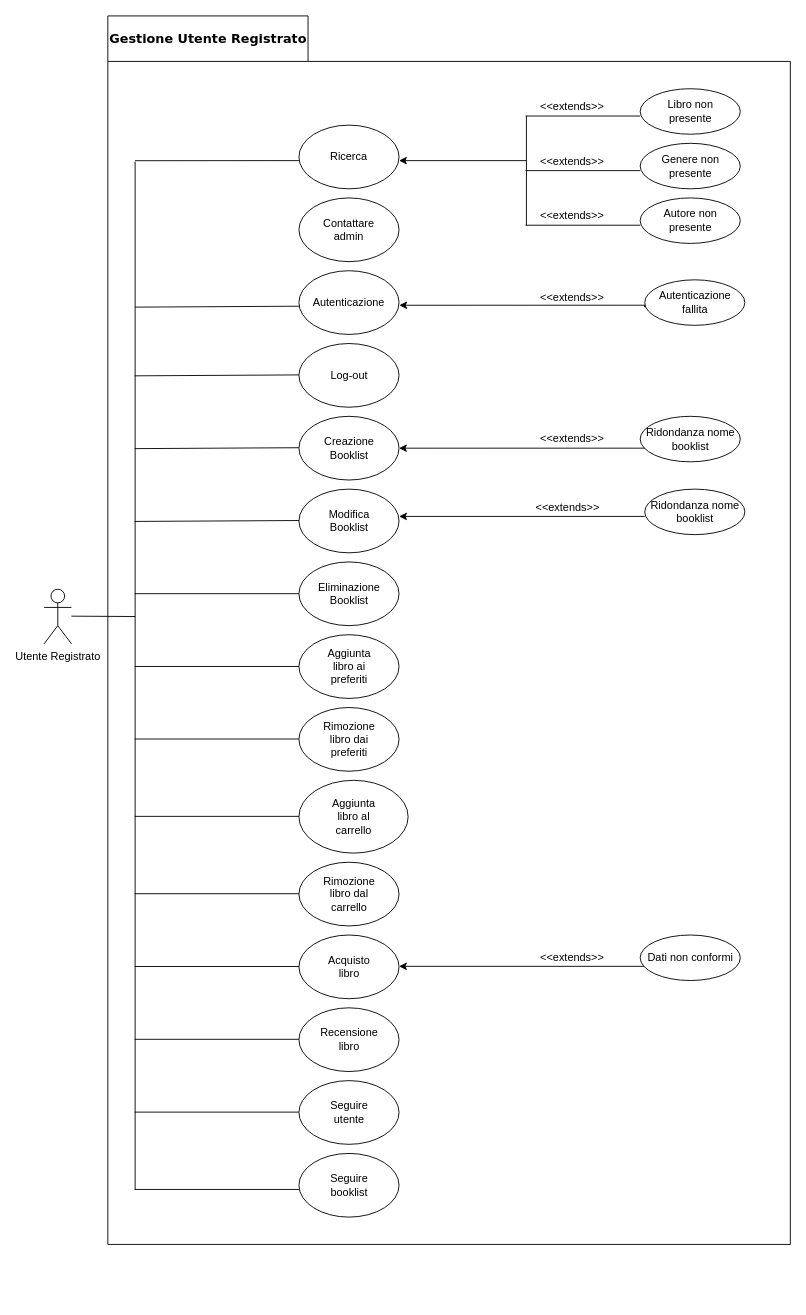
The draw.io diagram Documenti/RAD/modello_funzionale/package_utente_registrato.drawio in AleBarbados/NewSocialBookRepo, before the edit. Source tidied: cells renumbered, new cells numbered last; positions are measured from the earlier drawing's top-left corner, leaving out a move shared by most shapes. Both pictures are drawn from the tidied source at 91%, with x=0, y=0 at pixel (44, 15).
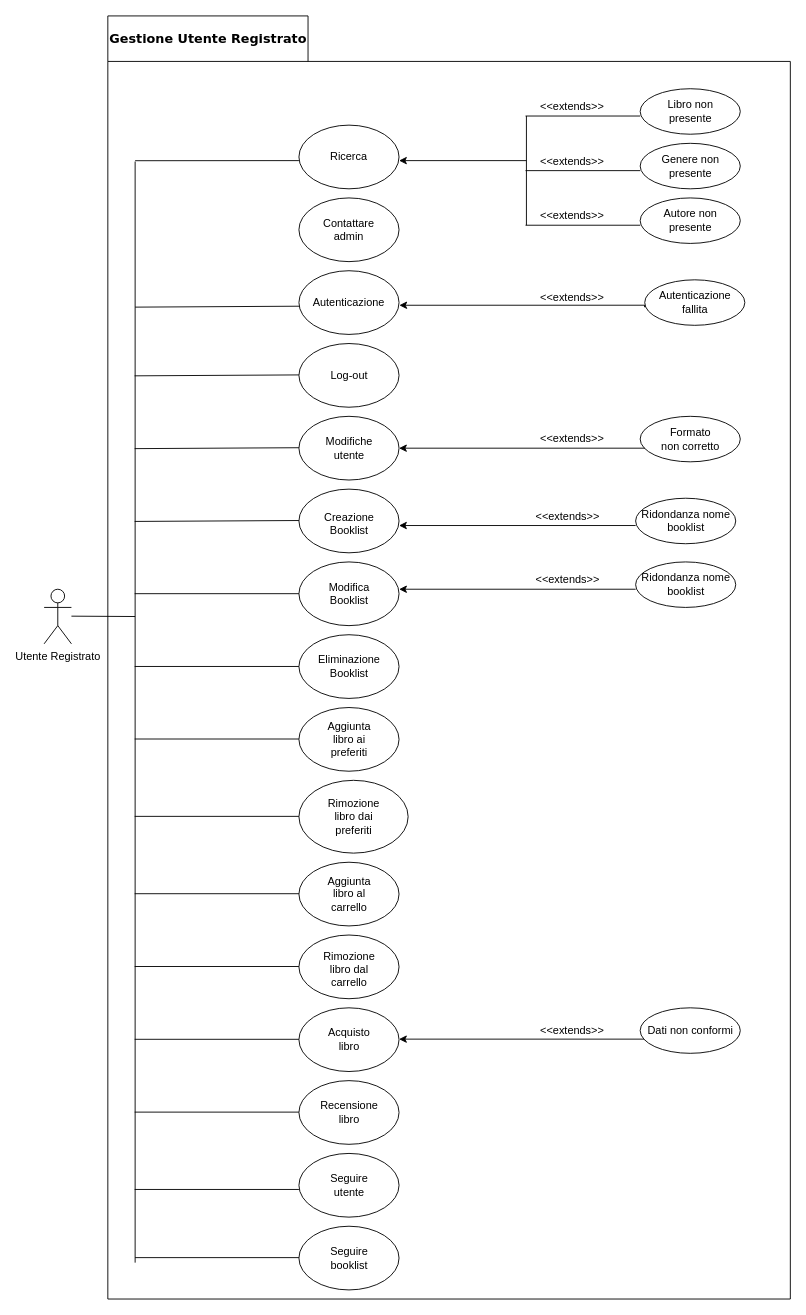
The same diagram, later.

Unchanged cells that the change refers to:
```xml
<mxCell id="6" style="group;" parent="1" vertex="1">
  <mxGeometry x="525" y="430" width="290" height="70" as="geometry" />
</mxCell>
<mxCell id="35" style="ellipse;whiteSpace=wrap;html=1;" parent="1" vertex="1">
  <mxGeometry x="280" y="440" width="110" height="70" as="geometry" />
</mxCell>
```

What changed in the source:
```diff
@@
     <mxCell id="2" style="shape=folder;fontStyle=1;spacingTop=10;tabWidth=220;tabHeight=50;tabPosition=left;html=1;" parent="1" vertex="1">
-      <mxGeometry x="70" width="750" height="1350" as="geometry" />
+      <mxGeometry x="70" width="750" height="1410" as="geometry" />
     </mxCell>
@@
-    <mxCell id="8" value="Ridondanza nome &lt;br&gt;booklist" style="text;html=1;align=center;verticalAlign=middle;points=[];" parent="6" vertex="1">
-      <mxGeometry x="130" y="20" width="110" height="30" as="geometry" />
+    <mxCell id="8" value="Formato &lt;br&gt;non corretto" style="text;html=1;align=center;verticalAlign=middle;points=[];" parent="6" vertex="1">
+      <mxGeometry x="145" y="20" width="80" height="30" as="geometry" />
     </mxCell>
@@
-    <mxCell id="36" value="Creazione Booklist" style="text;html=1;strokeColor=none;fillColor=none;align=center;verticalAlign=middle;whiteSpace=wrap;rounded=0;" parent="1" vertex="1">
+    <mxCell id="36" value="Modifiche utente" style="text;html=1;strokeColor=none;fillColor=none;align=center;verticalAlign=middle;whiteSpace=wrap;rounded=0;" parent="1" vertex="1">
       <mxGeometry x="302.5" y="465" width="65" height="20" as="geometry" />
     </mxCell>
@@
-    <mxCell id="38" value="Modifica Booklist" style="text;html=1;strokeColor=none;fillColor=none;align=center;verticalAlign=middle;whiteSpace=wrap;rounded=0;" parent="1" vertex="1">
-      <mxGeometry x="302.5" y="545" width="65" height="20" as="geometry" />
+    <mxCell id="38" value="Creazione Booklist" style="text;html=1;strokeColor=none;fillColor=none;align=center;verticalAlign=middle;whiteSpace=wrap;rounded=0;" parent="1" vertex="1">
+      <mxGeometry x="302.5" y="545" width="65" height="25" as="geometry" />
     </mxCell>
@@
-    <mxCell id="40" value="Eliminazione Booklist" style="text;html=1;strokeColor=none;fillColor=none;align=center;verticalAlign=middle;whiteSpace=wrap;rounded=0;" parent="1" vertex="1">
+    <mxCell id="40" value="Modifica Booklist" style="text;html=1;strokeColor=none;fillColor=none;align=center;verticalAlign=middle;whiteSpace=wrap;rounded=0;" parent="1" vertex="1">
       <mxGeometry x="302.5" y="625" width="65" height="20" as="geometry" />
     </mxCell>
@@
-    <mxCell id="45" style="endArrow=classic;html=1;entryX=1;entryY=0.5;entryDx=0;entryDy=0;exitX=0.045;exitY=0.833;exitDx=0;exitDy=0;exitPerimeter=0;" parent="1" edge="1" source="8" target="35">
-      <mxGeometry relative="1" as="geometry" />
+    <mxCell id="45" style="endArrow=classic;html=1;entryX=1;entryY=0.5;entryDx=0;entryDy=0;" parent="1" edge="1" target="35">
+      <mxGeometry relative="1" as="geometry">
+        <mxPoint x="660" y="475" as="sourcePoint" />
+      </mxGeometry>
     </mxCell>
-    <mxCell id="46" value="Aggiunta libro ai preferiti" style="text;html=1;strokeColor=none;fillColor=none;align=center;verticalAlign=middle;whiteSpace=wrap;rounded=0;" parent="1" vertex="1">
+    <mxCell id="46" value="Eliminazione Booklist" style="text;html=1;strokeColor=none;fillColor=none;align=center;verticalAlign=middle;whiteSpace=wrap;rounded=0;" parent="1" vertex="1">
       <mxGeometry x="302.5" y="705" width="65" height="20" as="geometry" />
     </mxCell>
-    <mxCell id="47" value="Rimozione libro dai preferiti" style="text;html=1;strokeColor=none;fillColor=none;align=center;verticalAlign=middle;whiteSpace=wrap;rounded=0;" parent="1" vertex="1">
+    <mxCell id="47" value="Aggiunta libro ai preferiti" style="text;html=1;strokeColor=none;fillColor=none;align=center;verticalAlign=middle;whiteSpace=wrap;rounded=0;" parent="1" vertex="1">
       <mxGeometry x="302.5" y="785" width="65" height="20" as="geometry" />
     </mxCell>
-    <mxCell id="48" value="Aggiunta libro al carrello" style="text;html=1;strokeColor=none;fillColor=none;align=center;verticalAlign=middle;whiteSpace=wrap;rounded=0;" parent="1" vertex="1">
+    <mxCell id="48" value="Rimozione libro dai preferiti" style="text;html=1;strokeColor=none;fillColor=none;align=center;verticalAlign=middle;whiteSpace=wrap;rounded=0;" parent="1" vertex="1">
       <mxGeometry x="307.5" y="870" width="65" height="20" as="geometry" />
     </mxCell>
-    <mxCell id="49" value="Rimozione libro dal carrello" style="text;html=1;strokeColor=none;fillColor=none;align=center;verticalAlign=middle;whiteSpace=wrap;rounded=0;" parent="1" vertex="1">
+    <mxCell id="49" value="Aggiunta libro al carrello" style="text;html=1;strokeColor=none;fillColor=none;align=center;verticalAlign=middle;whiteSpace=wrap;rounded=0;" parent="1" vertex="1">
       <mxGeometry x="302.5" y="955" width="65" height="20" as="geometry" />
     </mxCell>
@@
-    <mxCell id="51" value="Acquisto libro" style="text;html=1;strokeColor=none;fillColor=none;align=center;verticalAlign=middle;whiteSpace=wrap;rounded=0;" parent="1" vertex="1">
-      <mxGeometry x="302.5" y="1035" width="65" height="20" as="geometry" />
+    <mxCell id="51" value="Rimozione libro dal carrello" style="text;html=1;strokeColor=none;fillColor=none;align=center;verticalAlign=middle;whiteSpace=wrap;rounded=0;" parent="1" vertex="1">
+      <mxGeometry x="302.5" y="1035" width="65" height="25" as="geometry" />
     </mxCell>
@@
-    <mxCell id="53" style="endArrow=classic;html=1;entryX=1;entryY=0.5;entryDx=0;entryDy=0;exitX=0.045;exitY=0.833;exitDx=0;exitDy=0;exitPerimeter=0;" parent="1" edge="1">
-      <mxGeometry relative="1" as="geometry">
-        <mxPoint x="659.9" y="1044.4" as="sourcePoint" />
-        <mxPoint x="390" y="1044.4" as="targetPoint" />
-      </mxGeometry>
-    </mxCell>
-    <mxCell id="54" style="group;" parent="1" vertex="1">
-      <mxGeometry x="525" y="1000" width="290" height="70" as="geometry" />
-    </mxCell>
-    <mxCell id="55" style="ellipse;whiteSpace=wrap;html=1;verticalAlign=top;" parent="54" vertex="1">
-      <mxGeometry x="130" y="10" width="110" height="50" as="geometry" />
-    </mxCell>
-    <mxCell id="56" value="Dati non conformi" style="text;html=1;align=center;verticalAlign=middle;" parent="54" vertex="1">
-      <mxGeometry x="130" y="25" width="110" height="20" as="geometry" />
-    </mxCell>
-    <mxCell id="57" value="&amp;lt;&amp;lt;extends&amp;gt;&amp;gt;" style="text;html=1;align=center;verticalAlign=middle;" parent="54" vertex="1">
-      <mxGeometry x="10" y="25" width="90" height="20" as="geometry" />
-    </mxCell>
@@
-    <mxCell id="60" value="Recensione libro" style="text;html=1;strokeColor=none;fillColor=none;align=center;verticalAlign=middle;whiteSpace=wrap;rounded=0;" parent="1" vertex="1">
+    <mxCell id="60" value="Acquisto libro" style="text;html=1;strokeColor=none;fillColor=none;align=center;verticalAlign=middle;whiteSpace=wrap;rounded=0;" parent="1" vertex="1">
       <mxGeometry x="302.5" y="1115" width="65" height="20" as="geometry" />
     </mxCell>
-    <mxCell id="61" value="Seguire utente" style="text;html=1;strokeColor=none;fillColor=none;align=center;verticalAlign=middle;whiteSpace=wrap;rounded=0;" parent="1" vertex="1">
+    <mxCell id="61" value="Recensione libro" style="text;html=1;strokeColor=none;fillColor=none;align=center;verticalAlign=middle;whiteSpace=wrap;rounded=0;" parent="1" vertex="1">
       <mxGeometry x="302.5" y="1195" width="65" height="20" as="geometry" />
     </mxCell>
     <mxCell id="62" style="endArrow=none;html=1;" parent="1" edge="1">
       <mxGeometry relative="1" as="geometry">
-        <mxPoint x="100" y="1290" as="sourcePoint" />
+        <mxPoint x="100" y="1370" as="sourcePoint" />
         <mxPoint x="100" y="320" as="targetPoint" />
       </mxGeometry>
     </mxCell>
@@
-    <mxCell id="75" value="Seguire booklist" style="text;html=1;strokeColor=none;fillColor=none;align=center;verticalAlign=middle;whiteSpace=wrap;rounded=0;" parent="1" vertex="1">
+    <mxCell id="75" value="Seguire utente" style="text;html=1;strokeColor=none;fillColor=none;align=center;verticalAlign=middle;whiteSpace=wrap;rounded=0;" parent="1" vertex="1">
       <mxGeometry x="302.5" y="1275" width="65" height="20" as="geometry" />
     </mxCell>
@@
-    <mxCell id="80" style="group;" parent="1" vertex="1">
-      <mxGeometry x="530" y="500" width="290" height="70" as="geometry" />
-    </mxCell>
-    <mxCell id="81" style="ellipse;whiteSpace=wrap;html=1;verticalAlign=top;" parent="80" vertex="1">
-      <mxGeometry x="130" y="20" width="110" height="50" as="geometry" />
+    <mxCell id="81" style="ellipse;whiteSpace=wrap;html=1;verticalAlign=top;" parent="1" vertex="1">
+      <mxGeometry x="650" y="600" width="110" height="50" as="geometry" />
     </mxCell>
-    <mxCell id="82" value="Ridondanza nome &lt;br&gt;booklist" style="text;html=1;align=center;verticalAlign=middle;" parent="80" vertex="1">
-      <mxGeometry x="130" y="30" width="110" height="30" as="geometry" />
+    <mxCell id="82" value="Ridondanza nome &lt;br&gt;booklist" style="text;html=1;align=center;verticalAlign=middle;" parent="1" vertex="1">
+      <mxGeometry x="650" y="610" width="110" height="30" as="geometry" />
     </mxCell>
-    <mxCell id="83" value="&amp;lt;&amp;lt;extends&amp;gt;&amp;gt;" style="text;html=1;align=center;verticalAlign=middle;" parent="80" vertex="1">
-      <mxGeometry y="30" width="90" height="20" as="geometry" />
+    <mxCell id="83" value="&amp;lt;&amp;lt;extends&amp;gt;&amp;gt;" style="text;html=1;align=center;verticalAlign=middle;" parent="1" vertex="1">
+      <mxGeometry x="530" y="610" width="90" height="20" as="geometry" />
     </mxCell>
-    <mxCell id="84" style="endArrow=classic;html=1;entryX=1;entryY=0.5;entryDx=0;entryDy=0;exitX=0.045;exitY=0.833;exitDx=0;exitDy=0;exitPerimeter=0;" parent="80" edge="1">
+    <mxCell id="84" style="endArrow=classic;html=1;entryX=1;entryY=0.5;entryDx=0;entryDy=0;" parent="1" edge="1">
       <mxGeometry relative="1" as="geometry">
-        <mxPoint x="130" y="50" as="sourcePoint" />
-        <mxPoint x="-139.9" y="50" as="targetPoint" />
+        <mxPoint x="650" y="630" as="sourcePoint" />
+        <mxPoint x="390.1" y="630" as="targetPoint" />
       </mxGeometry>
     </mxCell>
+    <mxCell id="85" style="ellipse;whiteSpace=wrap;html=1;verticalAlign=top;" parent="1" vertex="1">
+      <mxGeometry x="650" y="530" width="110" height="50" as="geometry" />
+    </mxCell>
+    <mxCell id="86" value="Ridondanza nome &lt;br&gt;booklist" style="text;html=1;align=center;verticalAlign=middle;" parent="1" vertex="1">
+      <mxGeometry x="650" y="540" width="110" height="30" as="geometry" />
+    </mxCell>
+    <mxCell id="87" value="&amp;lt;&amp;lt;extends&amp;gt;&amp;gt;" style="text;html=1;align=center;verticalAlign=middle;" parent="1" vertex="1">
+      <mxGeometry x="530" y="540" width="90" height="20" as="geometry" />
+    </mxCell>
+    <mxCell id="88" style="endArrow=classic;html=1;entryX=1;entryY=0.5;entryDx=0;entryDy=0;" parent="1" edge="1">
+      <mxGeometry relative="1" as="geometry">
+        <mxPoint x="650" y="560" as="sourcePoint" />
+        <mxPoint x="390" y="560" as="targetPoint" />
+      </mxGeometry>
+    </mxCell>
+    <mxCell id="53" style="endArrow=classic;html=1;entryX=1;entryY=0.5;entryDx=0;entryDy=0;exitX=0.045;exitY=0.833;exitDx=0;exitDy=0;exitPerimeter=0;" parent="1" edge="1">
+      <mxGeometry relative="1" as="geometry">
+        <mxPoint x="659.9" y="1124.4" as="sourcePoint" />
+        <mxPoint x="390" y="1124.4" as="targetPoint" />
+      </mxGeometry>
+    </mxCell>
+    <mxCell id="55" style="ellipse;whiteSpace=wrap;html=1;verticalAlign=top;" parent="1" vertex="1">
+      <mxGeometry x="655" y="1090" width="110" height="50" as="geometry" />
+    </mxCell>
+    <mxCell id="56" value="Dati non conformi" style="text;html=1;align=center;verticalAlign=middle;" parent="1" vertex="1">
+      <mxGeometry x="655" y="1105" width="110" height="20" as="geometry" />
+    </mxCell>
+    <mxCell id="57" value="&amp;lt;&amp;lt;extends&amp;gt;&amp;gt;" style="text;html=1;align=center;verticalAlign=middle;" parent="1" vertex="1">
+      <mxGeometry x="535" y="1105" width="90" height="20" as="geometry" />
+    </mxCell>
+    <mxCell id="89" style="ellipse;whiteSpace=wrap;html=1;" parent="1" vertex="1">
+      <mxGeometry x="280" y="1330" width="110" height="70" as="geometry" />
+    </mxCell>
+    <mxCell id="90" value="Seguire booklist" style="text;html=1;strokeColor=none;fillColor=none;align=center;verticalAlign=middle;whiteSpace=wrap;rounded=0;" parent="1" vertex="1">
+      <mxGeometry x="302.5" y="1355" width="65" height="20" as="geometry" />
+    </mxCell>
+    <mxCell id="91" style="endArrow=none;html=1;entryX=0.001;entryY=0.567;entryDx=0;entryDy=0;entryPerimeter=0;" parent="1" edge="1">
+      <mxGeometry relative="1" as="geometry">
+        <mxPoint x="100" y="1364.5" as="sourcePoint" />
+        <mxPoint x="280" y="1364.5" as="targetPoint" />
+      </mxGeometry>
+    </mxCell>
```
